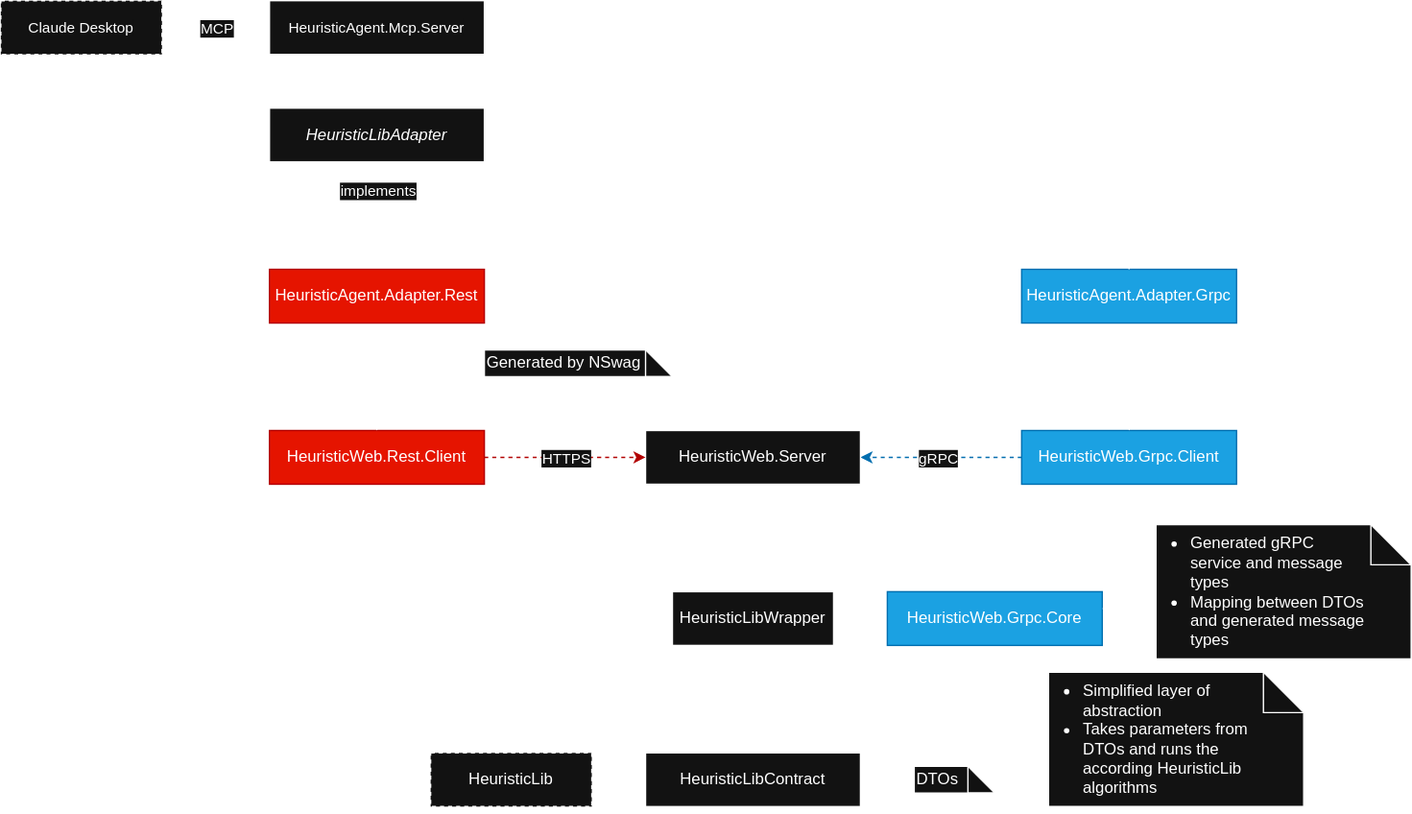
This is docs/img/architecture.svg from prescriptiveanalytics/aisra, a draw.io export, as it was before one commit. Source tidied: cells renumbered, new cells last; positions are measured from the earlier drawing's top-left corner, leaving out a move shared by most shapes.
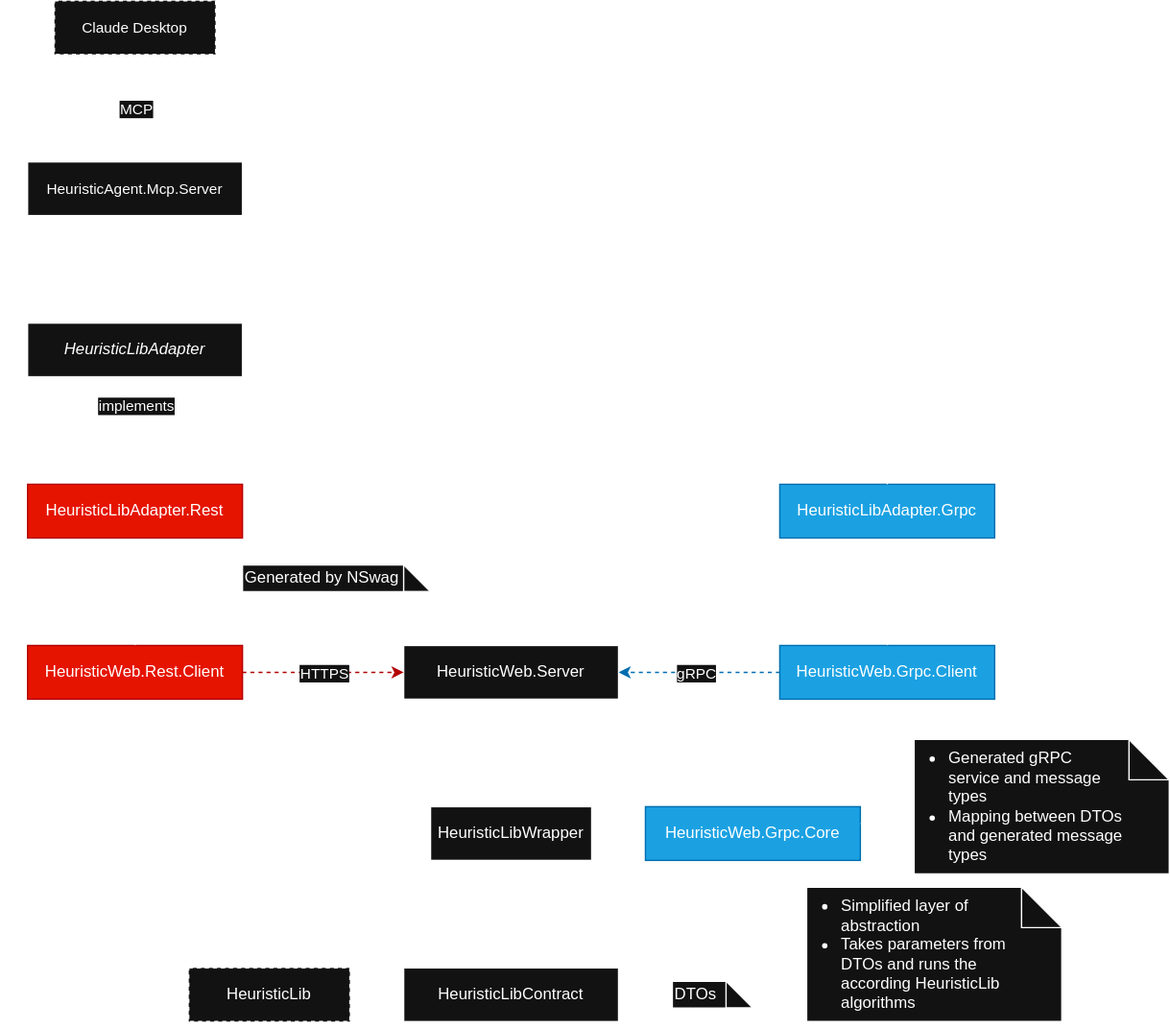
Above is the later version.

The edit, as a diff of the source:
```diff
@@ -102,7 +102,7 @@
       <mxGeometry relative="1" as="geometry" />
     </mxCell>
     <mxCell id="30" value="HeuristicAgent.Mcp.Server" style="rounded=0;whiteSpace=wrap;html=1;fontFamily=Helvetica;fontSize=11;fontColor=default;labelBackgroundColor=default;" parent="1" vertex="1">
-      <mxGeometry x="200" width="160" height="40" as="geometry" />
+      <mxGeometry x="200" y="-40" width="160" height="40" as="geometry" />
     </mxCell>
     <mxCell id="31" value="&lt;i&gt;HeuristicLibAdapter&lt;/i&gt;" style="rounded=0;whiteSpace=wrap;html=1;fillColor=default;" parent="1" vertex="1">
       <mxGeometry x="200" y="80" width="160" height="40" as="geometry" />
@@ -113,13 +113,13 @@
     <mxCell id="33" style="edgeStyle=orthogonalEdgeStyle;shape=connector;curved=1;rounded=0;jettySize=auto;html=1;exitX=0.5;exitY=1;exitDx=0;exitDy=0;entryX=0.5;entryY=0;entryDx=0;entryDy=0;strokeColor=default;align=center;verticalAlign=middle;fontFamily=Helvetica;fontSize=11;fontColor=default;labelBackgroundColor=default;endArrow=classic;" parent="1" edge="1" source="34" target="26">
       <mxGeometry relative="1" as="geometry" />
     </mxCell>
-    <mxCell id="34" value="HeuristicAgent.Adapter.Rest" style="rounded=0;whiteSpace=wrap;html=1;fillColor=#e51400;strokeColor=#B20000;fontColor=#ffffff;" parent="1" vertex="1">
+    <mxCell id="34" value="HeuristicLibAdapter.Rest" style="rounded=0;whiteSpace=wrap;html=1;fillColor=#e51400;strokeColor=#B20000;fontColor=#ffffff;" parent="1" vertex="1">
       <mxGeometry x="200" y="200" width="160" height="40" as="geometry" />
     </mxCell>
     <mxCell id="35" style="edgeStyle=orthogonalEdgeStyle;shape=connector;curved=1;rounded=0;jettySize=auto;html=1;exitX=0.5;exitY=1;exitDx=0;exitDy=0;entryX=0.5;entryY=0;entryDx=0;entryDy=0;strokeColor=default;align=center;verticalAlign=middle;fontFamily=Helvetica;fontSize=11;fontColor=default;labelBackgroundColor=default;endArrow=classic;" parent="1" edge="1" source="36" target="11">
       <mxGeometry relative="1" as="geometry" />
     </mxCell>
-    <mxCell id="36" value="HeuristicAgent.Adapter.Grpc" style="rounded=0;whiteSpace=wrap;html=1;fillColor=#1ba1e2;fontColor=#ffffff;strokeColor=#006EAF;" parent="1" vertex="1">
+    <mxCell id="36" value="HeuristicLibAdapter.Grpc" style="rounded=0;whiteSpace=wrap;html=1;fillColor=#1ba1e2;fontColor=#ffffff;strokeColor=#006EAF;" parent="1" vertex="1">
       <mxGeometry x="760" y="200" width="160" height="40" as="geometry" />
     </mxCell>
     <mxCell id="37" style="edgeStyle=orthogonalEdgeStyle;shape=connector;curved=1;rounded=0;jettySize=auto;html=1;exitX=0.5;exitY=0;exitDx=0;exitDy=0;entryX=0.5;entryY=1;entryDx=0;entryDy=0;strokeColor=default;align=center;verticalAlign=middle;fontFamily=Helvetica;fontSize=11;fontColor=default;labelBackgroundColor=default;endArrow=block;endFill=0;dashed=1;" parent="1" edge="1" source="36" target="31">
@@ -137,7 +137,7 @@
       <mxGeometry x="0.01" relative="1" as="geometry" />
     </mxCell>
     <mxCell id="41" value="Claude Desktop" style="rounded=0;whiteSpace=wrap;html=1;fontFamily=Helvetica;fontSize=11;fontColor=default;labelBackgroundColor=default;dashed=1;" parent="1" vertex="1">
-      <mxGeometry width="120" height="40" as="geometry" />
+      <mxGeometry x="220" y="-160" width="120" height="40" as="geometry" />
     </mxCell>
   </root>
 </mxGraphModel>
```
